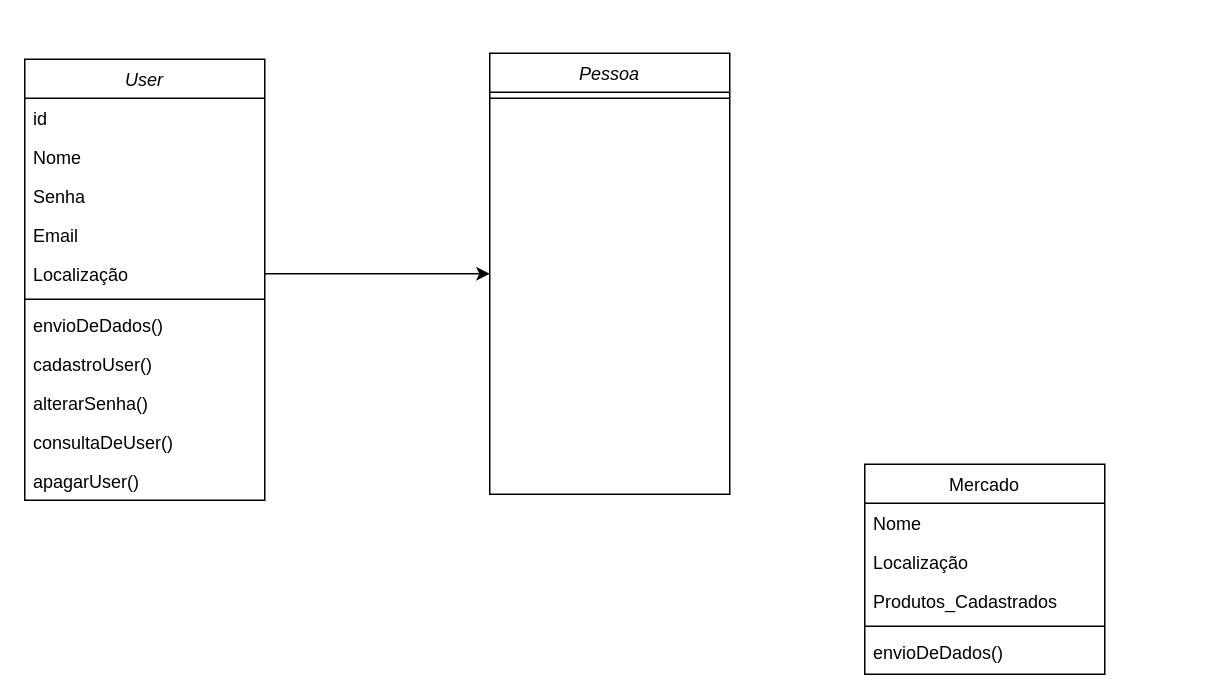
This is DOCS/Diagrama de Classe.drawio from Navelogic/nopreco, a draw.io file, before an edit. Source tidied: cells renumbered, new cells numbered last; positions are measured from the earlier drawing's top-left corner, leaving out a move shared by most shapes. Both pictures are drawn from the tidied source at 150%, with x=0, y=0 at pixel (24, 52).
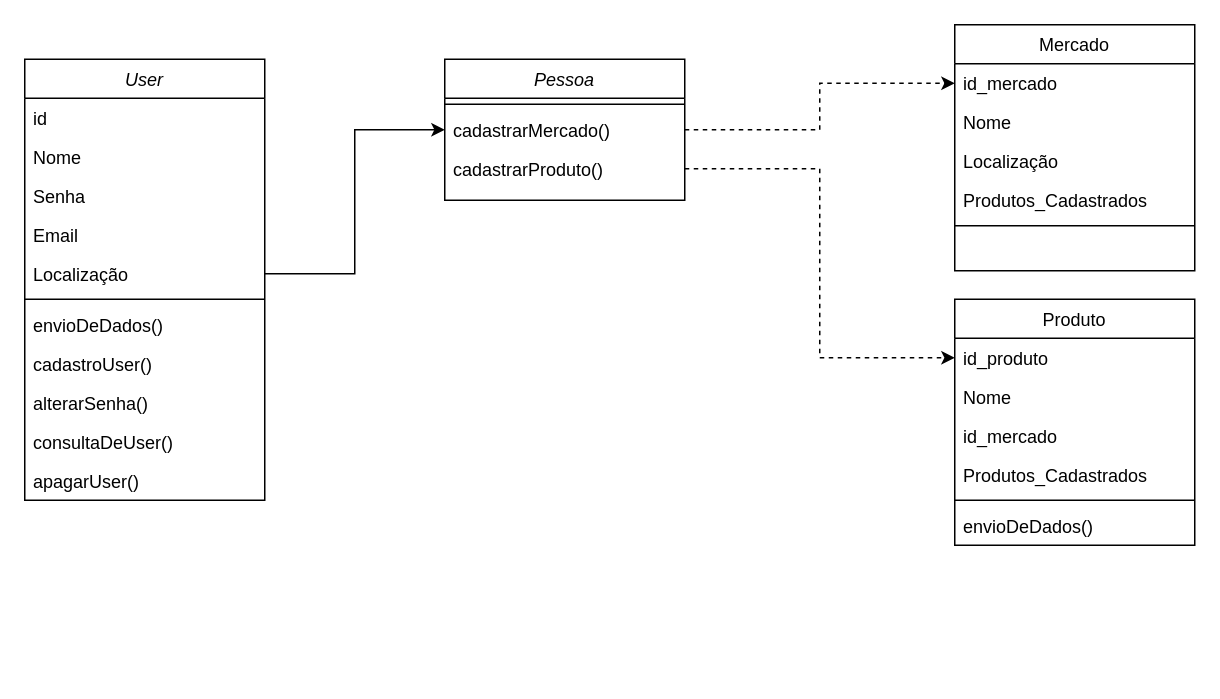
After the change.

Diff of the diagram source:
```diff
@@
     <mxCell id="14" value="Mercado" style="swimlane;fontStyle=0;align=center;verticalAlign=top;horizontal=1;startSize=26;rounded=0;shadow=0;strokeWidth=1;" parent="1" vertex="1">
-      <mxGeometry x="560" y="274" width="160" height="140" as="geometry" />
+      <mxGeometry x="620" y="-19" width="160" height="164" as="geometry" />
     </mxCell>
+    <mxCell id="23" value="id_mercado" style="text;align=left;verticalAlign=top;spacingLeft=4;spacingRight=4;overflow=hidden;points=[[0,0.5],[1,0.5]];portConstraint=eastwest;rounded=0;shadow=0;html=0;" parent="14" vertex="1">
+      <mxGeometry y="26" width="160" height="26" as="geometry" />
+    </mxCell>
     <mxCell id="15" value="Nome" style="text;align=left;verticalAlign=top;spacingLeft=4;spacingRight=4;overflow=hidden;" parent="14" vertex="1">
-      <mxGeometry y="26" width="160" height="26" as="geometry" />
+      <mxGeometry y="52" width="160" height="26" as="geometry" />
     </mxCell>
     <mxCell id="16" value="Localização" style="text;align=left;verticalAlign=top;spacingLeft=4;spacingRight=4;overflow=hidden;rounded=0;shadow=0;html=0;" parent="14" vertex="1">
-      <mxGeometry y="52" width="160" height="26" as="geometry" />
+      <mxGeometry y="78" width="160" height="26" as="geometry" />
     </mxCell>
     <mxCell id="17" value="Produtos_Cadastrados" style="text;align=left;verticalAlign=top;spacingLeft=4;spacingRight=4;overflow=hidden;rounded=0;shadow=0;html=0;" parent="14" vertex="1">
-      <mxGeometry y="78" width="160" height="26" as="geometry" />
+      <mxGeometry y="104" width="160" height="26" as="geometry" />
     </mxCell>
     <mxCell id="18" style="line;html=1;strokeWidth=1;align=left;verticalAlign=middle;spacingTop=-1;spacingLeft=3;spacingRight=3;labelPosition=right;" parent="14" vertex="1">
-      <mxGeometry y="104" width="160" height="8" as="geometry" />
+      <mxGeometry y="130" width="160" height="8" as="geometry" />
     </mxCell>
-    <mxCell id="19" value="envioDeDados()" style="text;align=left;verticalAlign=top;spacingLeft=4;spacingRight=4;overflow=hidden;" parent="14" vertex="1">
-      <mxGeometry y="112" width="160" height="26" as="geometry" />
-    </mxCell>
     <mxCell id="20" value="Pessoa" style="swimlane;fontStyle=2;align=center;verticalAlign=top;horizontal=1;startSize=26;rounded=0;shadow=0;strokeWidth=1;" parent="1" vertex="1">
-      <mxGeometry x="310" width="160" height="294" as="geometry" />
+      <mxGeometry x="280" y="4" width="160" height="94" as="geometry" />
     </mxCell>
@@
+    <mxCell id="24" value="cadastrarMercado()" style="text;align=left;verticalAlign=top;spacingLeft=4;spacingRight=4;overflow=hidden;points=[[0,0.5],[1,0.5]];portConstraint=eastwest;" parent="20" vertex="1">
+      <mxGeometry y="34" width="160" height="26" as="geometry" />
+    </mxCell>
+    <mxCell id="25" value="cadastrarProduto()" style="text;align=left;verticalAlign=top;spacingLeft=4;spacingRight=4;overflow=hidden;points=[[0,0.5],[1,0.5]];portConstraint=eastwest;" parent="20" vertex="1">
+      <mxGeometry y="60" width="160" height="26" as="geometry" />
+    </mxCell>
@@
+    <mxCell id="26" value="Produto" style="swimlane;fontStyle=0;align=center;verticalAlign=top;horizontal=1;startSize=26;rounded=0;shadow=0;strokeWidth=1;" parent="1" vertex="1">
+      <mxGeometry x="620" y="164" width="160" height="164" as="geometry" />
+    </mxCell>
+    <mxCell id="27" value="id_produto" style="text;align=left;verticalAlign=top;spacingLeft=4;spacingRight=4;overflow=hidden;points=[[0,0.5],[1,0.5]];portConstraint=eastwest;" parent="26" vertex="1">
+      <mxGeometry y="26" width="160" height="26" as="geometry" />
+    </mxCell>
+    <mxCell id="28" value="Nome" style="text;align=left;verticalAlign=top;spacingLeft=4;spacingRight=4;overflow=hidden;" parent="26" vertex="1">
+      <mxGeometry y="52" width="160" height="26" as="geometry" />
+    </mxCell>
+    <mxCell id="29" value="id_mercado" style="text;align=left;verticalAlign=top;spacingLeft=4;spacingRight=4;overflow=hidden;rounded=0;shadow=0;html=0;" parent="26" vertex="1">
+      <mxGeometry y="78" width="160" height="26" as="geometry" />
+    </mxCell>
+    <mxCell id="30" value="Produtos_Cadastrados" style="text;align=left;verticalAlign=top;spacingLeft=4;spacingRight=4;overflow=hidden;rounded=0;shadow=0;html=0;" parent="26" vertex="1">
+      <mxGeometry y="104" width="160" height="26" as="geometry" />
+    </mxCell>
+    <mxCell id="31" style="line;html=1;strokeWidth=1;align=left;verticalAlign=middle;spacingTop=-1;spacingLeft=3;spacingRight=3;labelPosition=right;" parent="26" vertex="1">
+      <mxGeometry y="130" width="160" height="8" as="geometry" />
+    </mxCell>
+    <mxCell id="19" value="envioDeDados()" style="text;align=left;verticalAlign=top;spacingLeft=4;spacingRight=4;overflow=hidden;" parent="26" vertex="1">
+      <mxGeometry y="138" width="160" height="26" as="geometry" />
+    </mxCell>
+    <mxCell id="32" style="edgeStyle=orthogonalEdgeStyle;rounded=0;jettySize=auto;html=1;entryX=0;entryY=0.5;entryDx=0;entryDy=0;dashed=1;" parent="1" edge="1" source="25" target="27">
+      <mxGeometry relative="1" as="geometry" />
+    </mxCell>
+    <mxCell id="33" style="edgeStyle=orthogonalEdgeStyle;rounded=0;jettySize=auto;html=1;entryX=0;entryY=0.5;entryDx=0;entryDy=0;dashed=1;" parent="1" edge="1" source="24" target="23">
+      <mxGeometry relative="1" as="geometry" />
+    </mxCell>
```
